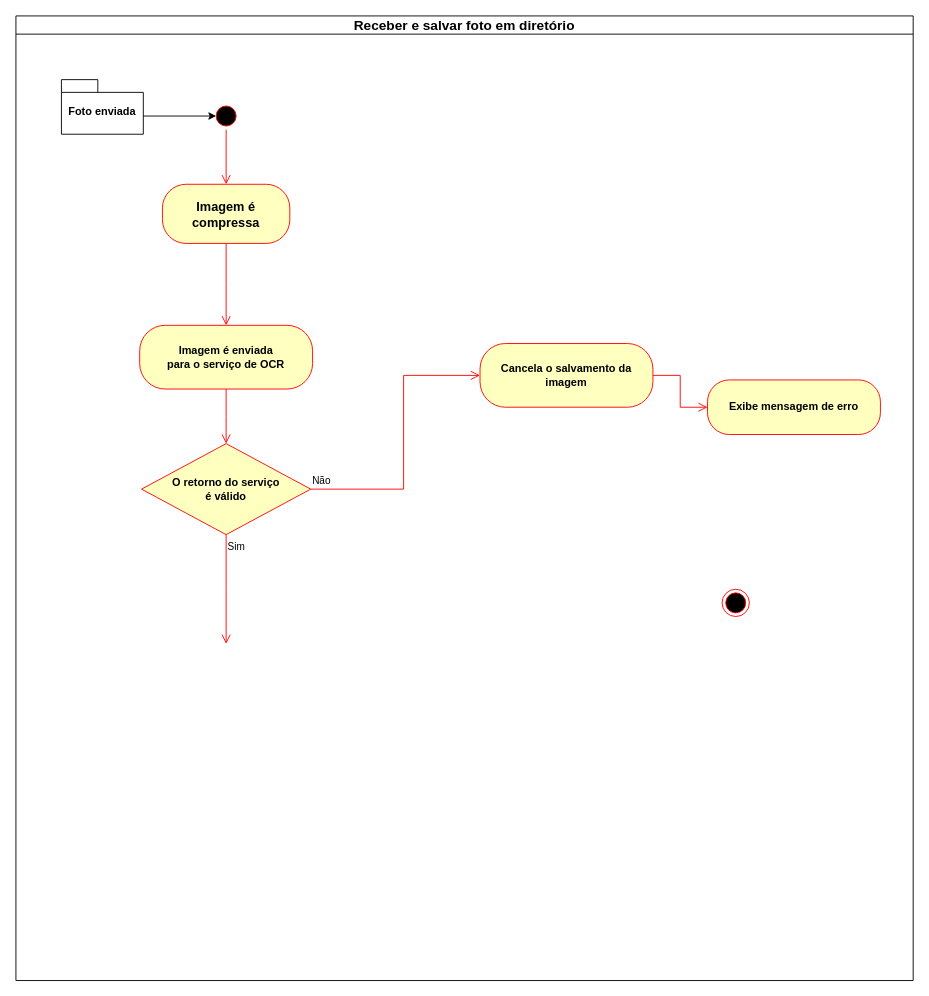
Earlier version of the draw.io diagram Atividade.drawio (zanellaz/javascripto). Source tidied: cells renumbered, new cells numbered last; positions are measured from the earlier drawing's top-left corner, leaving out a move shared by most shapes. Both pictures are drawn from the tidied source at 91%, with x=0, y=0 at pixel (15, 15).
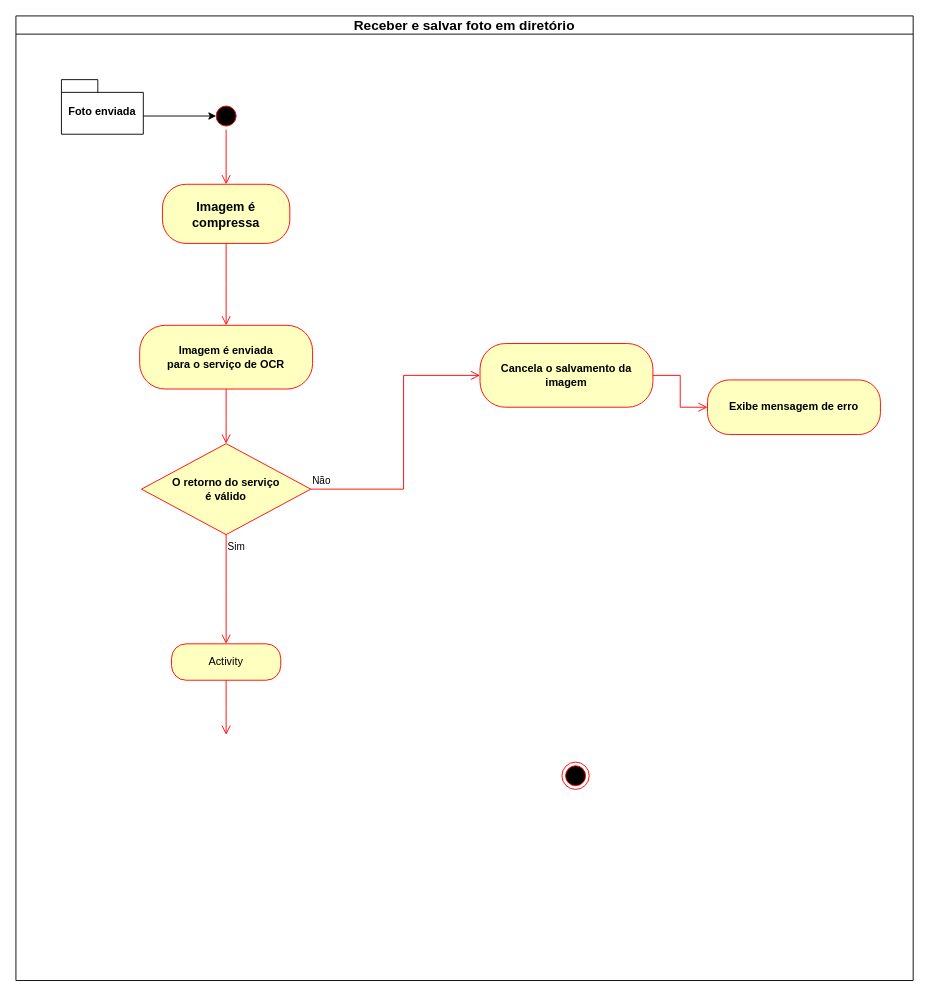
The same page after the edit.

Unchanged cells that the change refers to:
```xml
<mxCell id="2" value="&lt;font style=&quot;font-size: 15px;&quot;&gt;Receber e salvar foto em diretório&lt;/font&gt;" style="swimlane;whiteSpace=wrap;html=1;startSize=20;" parent="1" vertex="1">
  <mxGeometry width="986" height="1060" as="geometry" />
</mxCell>
```

Change to the diagram source:
```diff
@@
     <mxCell id="8" style="ellipse;html=1;shape=endState;fillColor=#000000;strokeColor=#ff0000;" parent="2" vertex="1">
-      <mxGeometry x="776" y="630" width="30" height="30" as="geometry" />
+      <mxGeometry x="600" y="820" width="30" height="30" as="geometry" />
     </mxCell>
@@
+    <mxCell id="18" value="Activity" style="rounded=1;whiteSpace=wrap;html=1;arcSize=40;fontColor=#000000;fillColor=#ffffc0;strokeColor=#ff0000;" parent="2" vertex="1">
+      <mxGeometry x="171" y="690" width="120" height="40" as="geometry" />
+    </mxCell>
+    <mxCell id="19" style="edgeStyle=orthogonalEdgeStyle;html=1;verticalAlign=bottom;endArrow=open;endSize=8;strokeColor=#ff0000;rounded=0;" parent="2" edge="1" source="18">
+      <mxGeometry relative="1" as="geometry">
+        <mxPoint x="231" y="790" as="targetPoint" />
+      </mxGeometry>
+    </mxCell>
```
